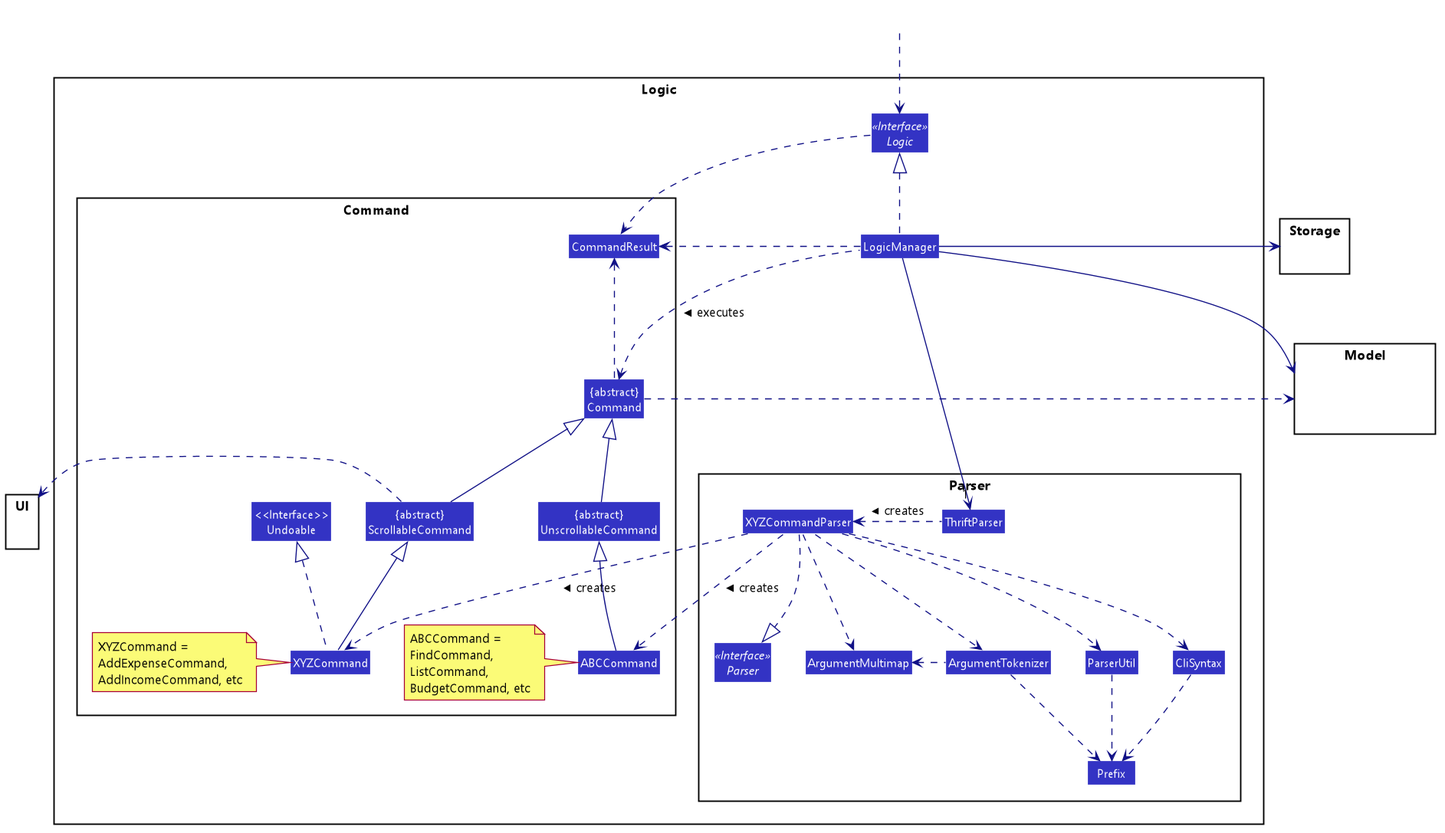
This is docs/images/LogicClassDiagram.png from nus-cs2103-AY1920S1/addressbook-level3, a PlantUML export, as it was before one commit.
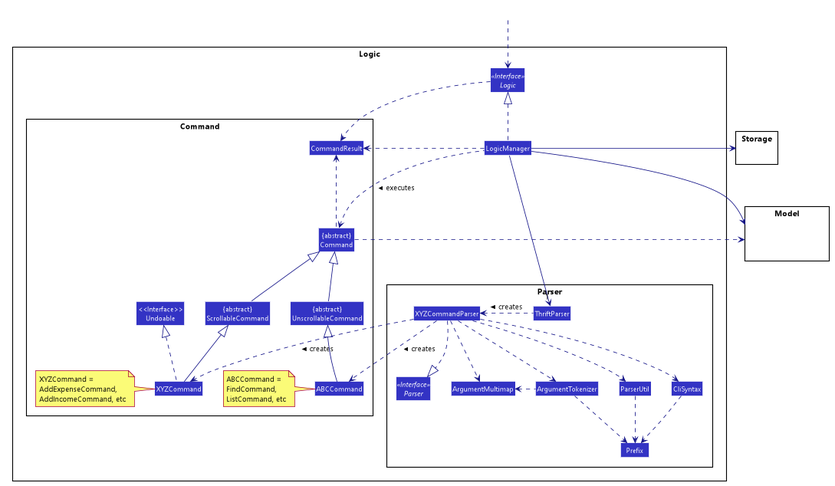
Later version of the same file.

The edit, as a diff of the source:
```diff
@@ -65,7 +65,7 @@
 
 package Command {
 Class ABCCommand
-note left: ABCCommand = \nFindCommand, \nListCommand, \nBudgetCommand, etc
+note left: ABCCommand = \nFindCommand, \nListCommand, etc
 Class XYZCommand
 note left: XYZCommand = \nAddExpenseCommand, \nAddIncomeCommand, etc
 Class CommandResult
@@ -84,10 +84,6 @@
 }
 
 package Storage{
-Class HiddenModel #FFFFFF
-}
-
-package UI{
 Class HiddenModel #FFFFFF
 }
 
@@ -119,10 +115,8 @@
 LogicManager --> Model
 Command .right.> Model
 
-ScrollableCommand ..> UI
 LogicManager -right-> Storage
 
-ScrollableCommand -[hidden]left- UI
 ThriftParser -[hidden]up- Logic
 Undoable -[hidden]right- ThriftParser
 XYZCommand -[hidden]right- ParserUtil
```
